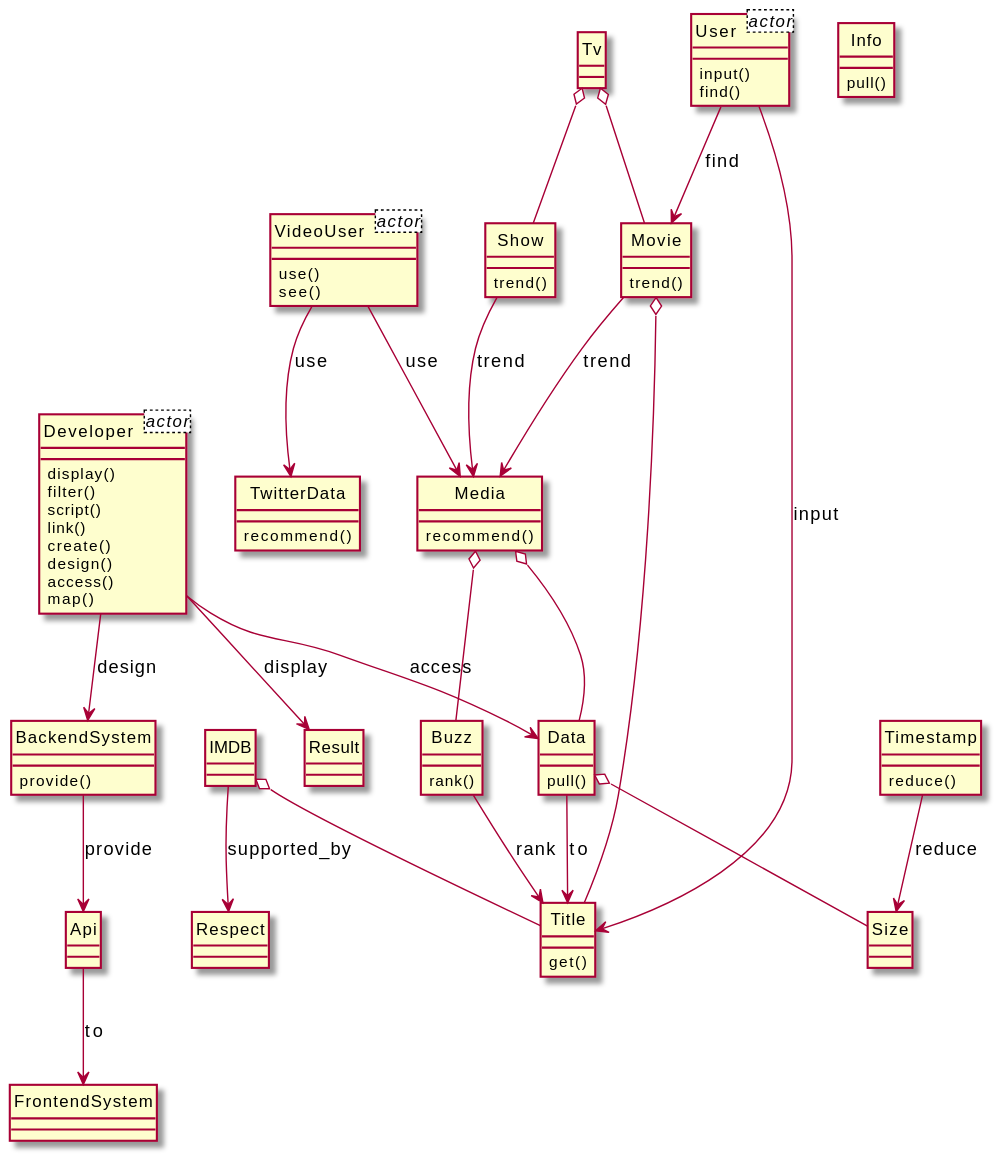
Above: output/diagram_5/2019-USC-Project10.svg in xixixhalu/DomainModelExtractor (PlantUML), before the change.
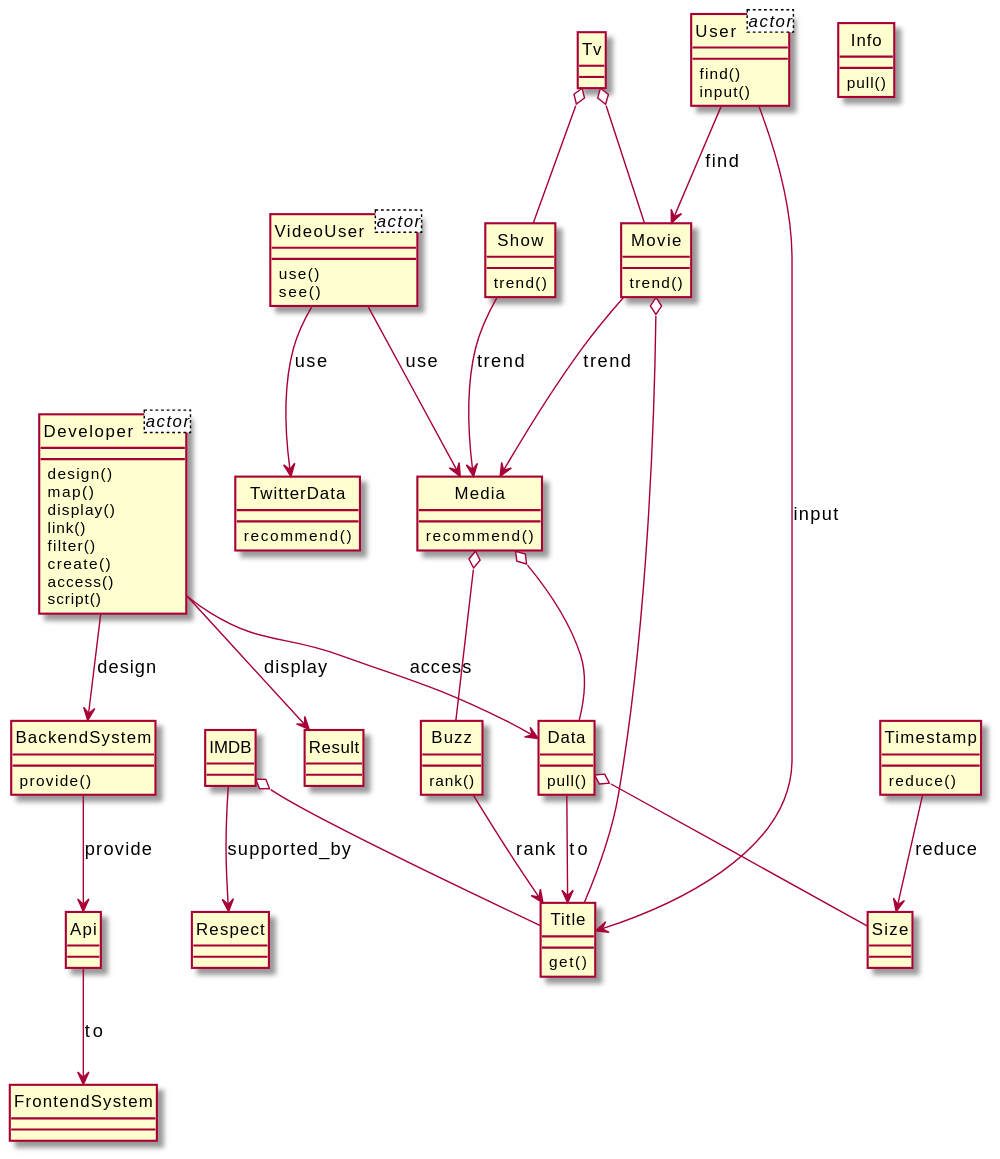
Later version of the same file.

What changed in the source:
```diff
@@ -9,85 +9,85 @@
 class Title {
 	get()
 }
+class Size {
+}
+class Buzz {
+	rank()
+}
 class Tv {
 }
 class Show {
 	trend()
 }
-class Buzz {
-	rank()
+class Timestamp {
+	reduce()
 }
-class Size {
+class Developer {
+	design()
+	map()
+	display()
+	link()
+	filter()
+	create()
+	access()
+	script()
 }
-class TwitterData {
+class Data {
+	pull()
+}
+class Media {
 	recommend()
 }
-class Developer {
-	display()
-	filter()
-	script()
-	link()
-	create()
-	design()
-	access()
-	map()
+class BackendSystem {
+	provide()
+}
+class Api {
+}
+class Result {
+}
+class Movie {
+	trend()
 }
 class VideoUser {
 	use()
 	see()
 }
-class Media {
+class TwitterData {
 	recommend()
 }
-class Data {
-	pull()
+class User {
+	find()
+	input()
 }
 class Info {
 	pull()
-}
-class BackendSystem {
-	provide()
-}
-class User {
-	input()
-	find()
-}
-class Movie {
-	trend()
-}
-class Api {
-}
-class Timestamp {
-	reduce()
-}
-class Result {
-}
-class FrontendSystem {
 }
 class IMDB {
 }
 class Respect {
 }
+class FrontendSystem {
+}
+Timestamp --> Size : reduce
+Movie o-- Title
+Tv o-- Show
+Show --> Media : trend
+BackendSystem --> Api : provide
 IMDB o-- Title
-Media o-- Data
-Tv o-- Movie
-User --> Title : input
+Developer --> Result : display
+Api --> FrontendSystem : to
+Movie --> Media : trend
 Data o-- Size
+VideoUser --> Media : use
 Developer --> BackendSystem : design
-Movie o-- Title
 Buzz --> Title : rank
 VideoUser --> TwitterData : use
-Tv o-- Show
+Developer --> Data : access
+User --> Title : input
+User --> Movie : find
+Media o-- Buzz
 Data --> Title : to
-Show --> Media : trend
-Media o-- Buzz
-User --> Movie : find
-VideoUser --> Media : use
-BackendSystem --> Api : provide
-Api --> FrontendSystem : to
-Developer --> Data : access
-Movie --> Media : trend
-Timestamp --> Size : reduce
-Developer --> Result : display
+Tv o-- Movie
+Media o-- Data
 IMDB --> Respect : supported_by
 @enduml
```
